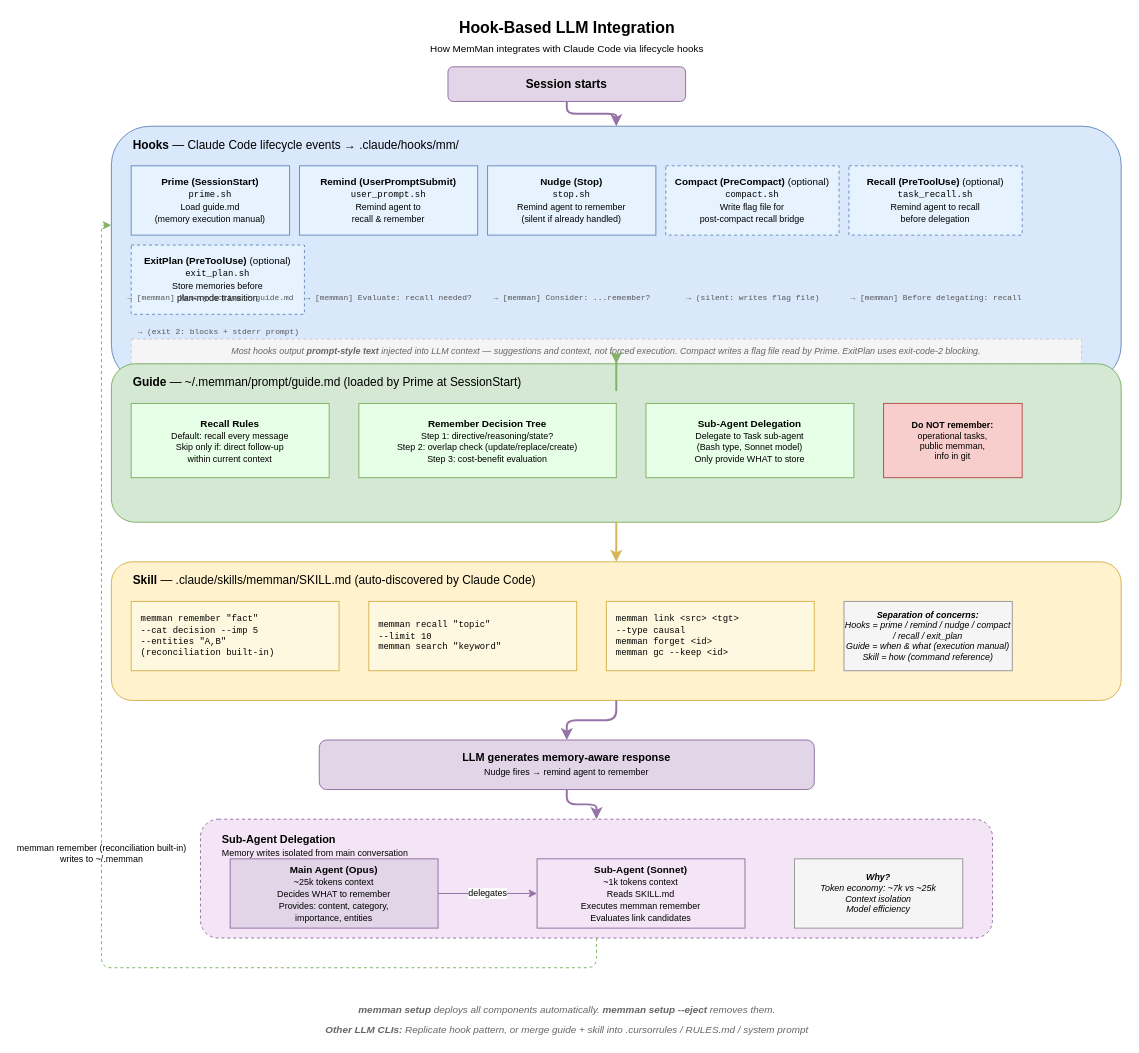
This is docs/diagrams/08-three-layer-integration.drawio from bissli/memman, a draw.io file, before an edit. Source tidied: cells renumbered, new cells numbered last; positions are measured from the earlier drawing's top-left corner, leaving out a move shared by most shapes. Both pictures are drawn from the tidied source at 99%, with x=0, y=0 at pixel (101, 17).
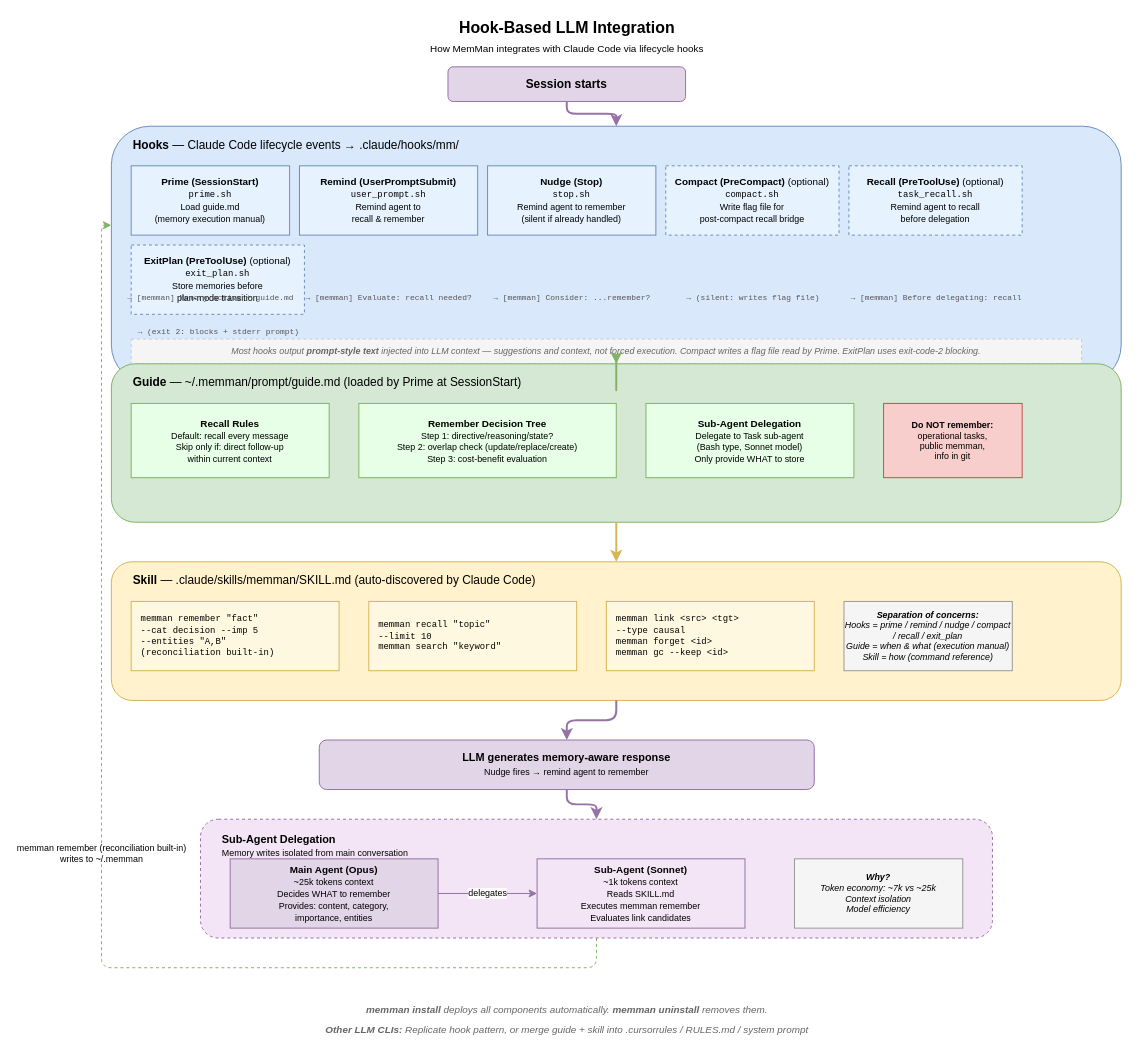
Above is the later version.

Change to the diagram source:
```diff
@@
-    <mxCell id="44" value="&lt;b&gt;memman setup&lt;/b&gt; deploys all components automatically. &lt;b&gt;memman setup --eject&lt;/b&gt; removes them." style="text;html=1;align=center;fontSize=10;fillColor=none;strokeColor=none;fontColor=#666;fontStyle=2;" parent="1" vertex="1">
+    <mxCell id="44" value="&lt;b&gt;memman install&lt;/b&gt; deploys all components automatically. &lt;b&gt;memman uninstall&lt;/b&gt; removes them." style="text;html=1;align=center;fontSize=10;fillColor=none;strokeColor=none;fontColor=#666;fontStyle=2;" parent="1" vertex="1">
       <mxGeometry x="170" y="990" width="600" height="20" as="geometry" />
     </mxCell>
```
